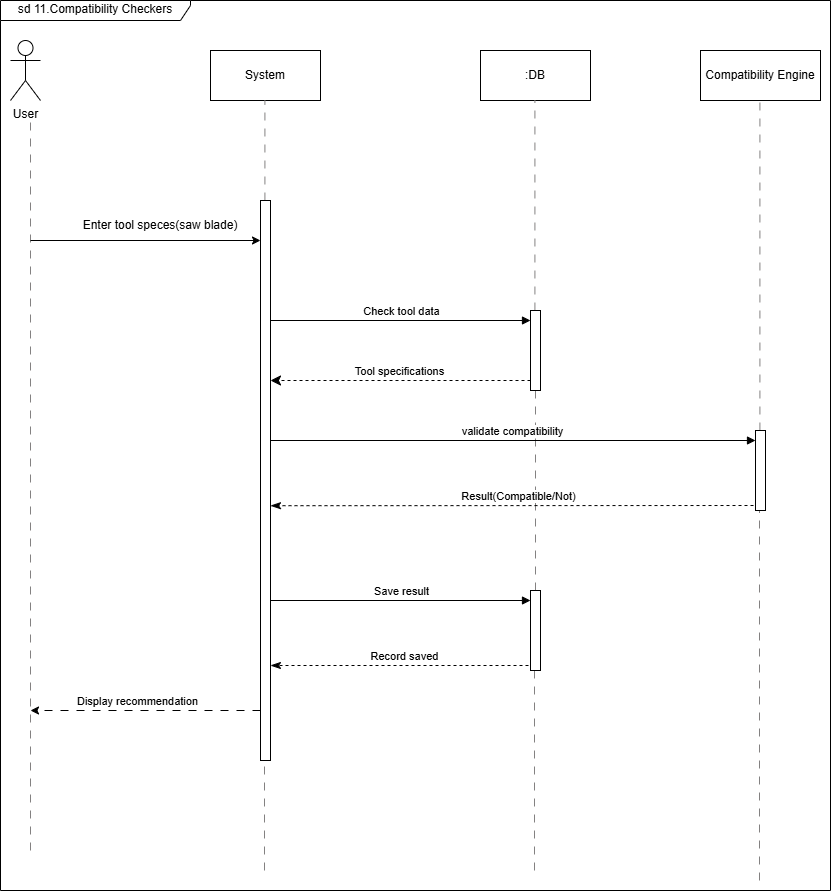
Before: SE Project/Sequence Diagrams/seq(11).drawio.png, a diagram exported from draw.io (M7moudAbdallah01/P2P-Specialized-Tool-Library-SE1-). Source tidied: cells renumbered, new cells last; positions are measured from the earlier drawing's top-left corner, leaving out a move shared by most shapes.
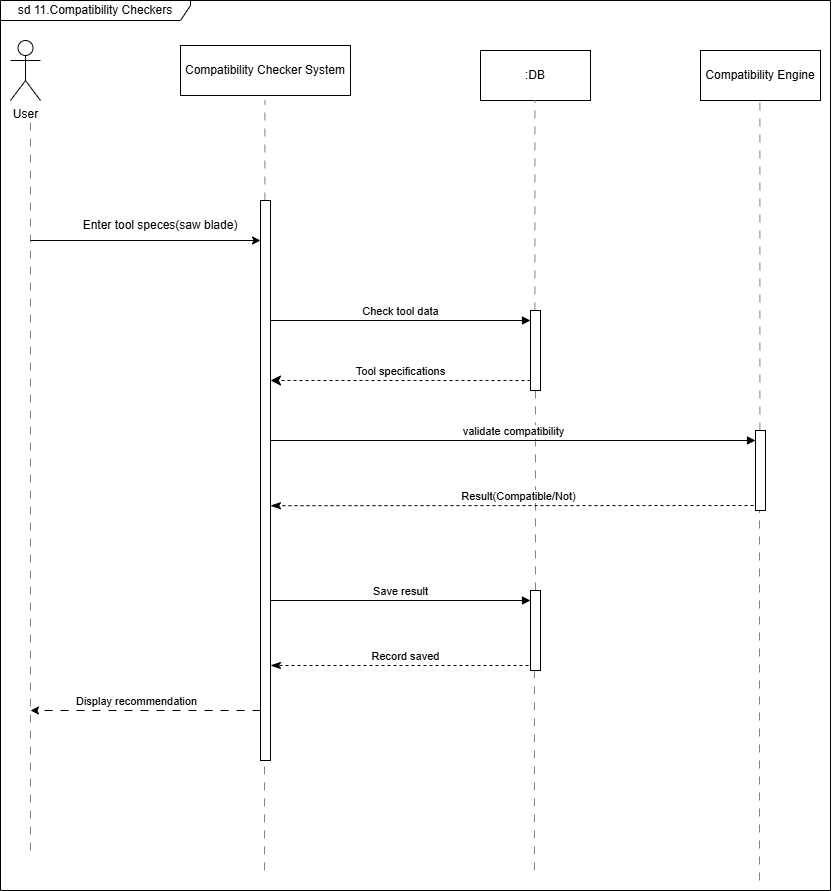
The same file after the commit.

Change to the diagram source:
```diff
@@ -11,8 +11,8 @@
         <mxPoint x="30" y="120" as="targetPoint" />
       </mxGeometry>
     </mxCell>
-    <mxCell id="4" value="System" style="html=1;whiteSpace=wrap;" parent="1" vertex="1">
-      <mxGeometry x="210" y="50" width="110" height="50" as="geometry" />
+    <mxCell id="4" value="Compatibility Checker System" style="html=1;whiteSpace=wrap;" parent="1" vertex="1">
+      <mxGeometry x="180" y="45" width="170" height="50" as="geometry" />
     </mxCell>
     <mxCell id="5" value=":DB" style="html=1;whiteSpace=wrap;" parent="1" vertex="1">
       <mxGeometry x="480" y="50" width="110" height="50" as="geometry" />
```
